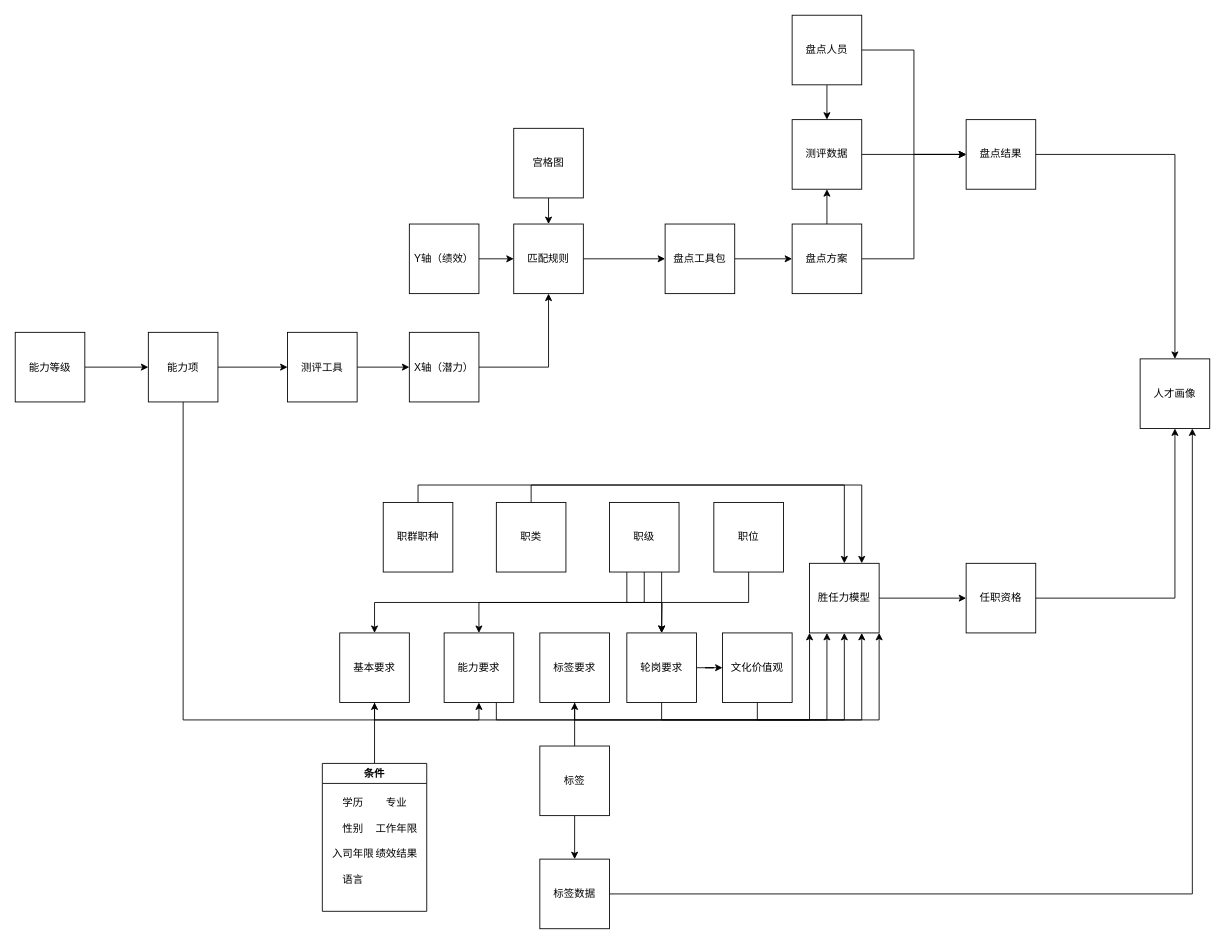
guzhao593/drawio-files keeps this draw.io diagram as 人才发展.drawio. Above is the earlier version. Source tidied: cells renumbered, new cells numbered last; positions are measured from the earlier drawing's top-left corner, leaving out a move shared by most shapes. Both pictures are drawn from the tidied source at 87%, with x=0, y=0 at pixel (15, 15).
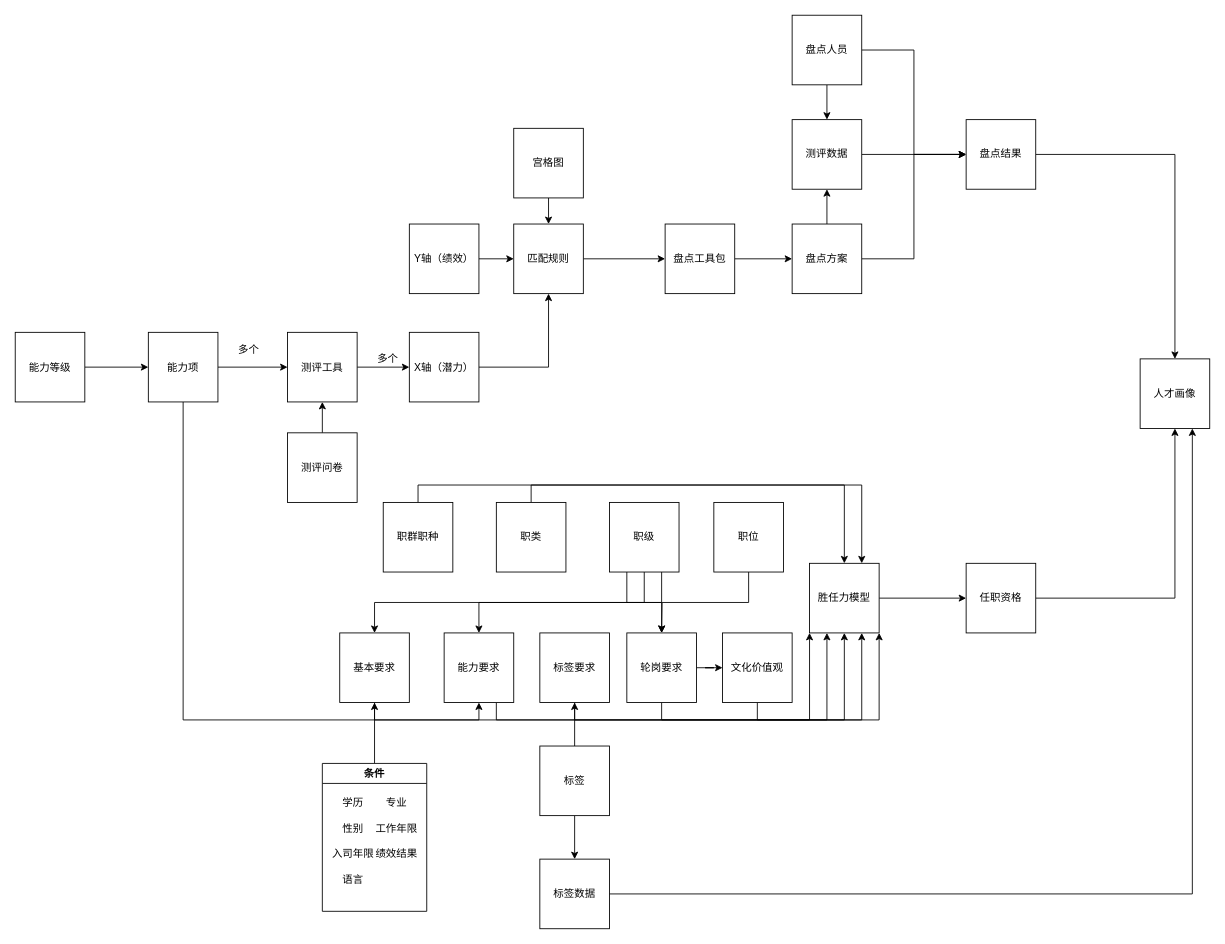
The same diagram, later.

Commit message (it also covers changes not shown here):
更新人才发展.drawio

Unchanged cells that the change refers to:
```xml
<mxCell id="18" value="测评工具" style="whiteSpace=wrap;html=1;" parent="1" vertex="1">
  <mxGeometry x="313" y="364.5" width="80" height="80" as="geometry" />
</mxCell>
```

The edit, as a diff of the source:
```diff
@@
+    <mxCell id="69" value="多个" style="text;html=1;align=center;verticalAlign=middle;strokeColor=none;fillColor=none;" parent="1" vertex="1">
+      <mxGeometry x="403" y="380" width="50" height="30" as="geometry" />
+    </mxCell>
+    <mxCell id="70" value="多个" style="text;html=1;align=center;verticalAlign=middle;strokeColor=none;fillColor=none;" parent="1" vertex="1">
+      <mxGeometry x="243" y="370" width="50" height="30" as="geometry" />
+    </mxCell>
+    <mxCell id="71" style="edgeStyle=orthogonalEdgeStyle;rounded=0;jettySize=auto;html=1;exitX=0.5;exitY=0;exitDx=0;exitDy=0;entryX=0.5;entryY=1;entryDx=0;entryDy=0;" parent="1" edge="1" source="72" target="18">
+      <mxGeometry relative="1" as="geometry" />
+    </mxCell>
+    <mxCell id="72" value="测评问卷" style="whiteSpace=wrap;html=1;" parent="1" vertex="1">
+      <mxGeometry x="313" y="480" width="80" height="80" as="geometry" />
+    </mxCell>
```
